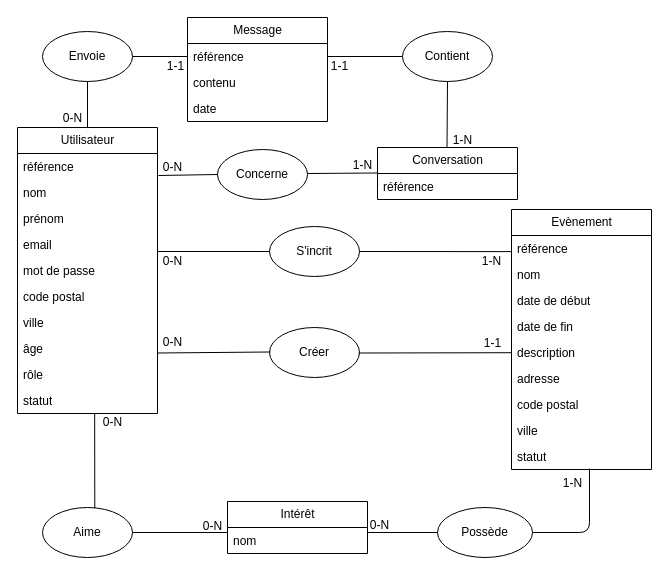
Above: conception/database_modelling/MCD/mcd.drawio in LunaireFlare/orizon (draw.io), before the change. Source tidied: cells renumbered, new cells numbered last; positions are measured from the earlier drawing's top-left corner, leaving out a move shared by most shapes. Both pictures are drawn from the tidied source at 100%, with x=0, y=0 at pixel (17, 17).
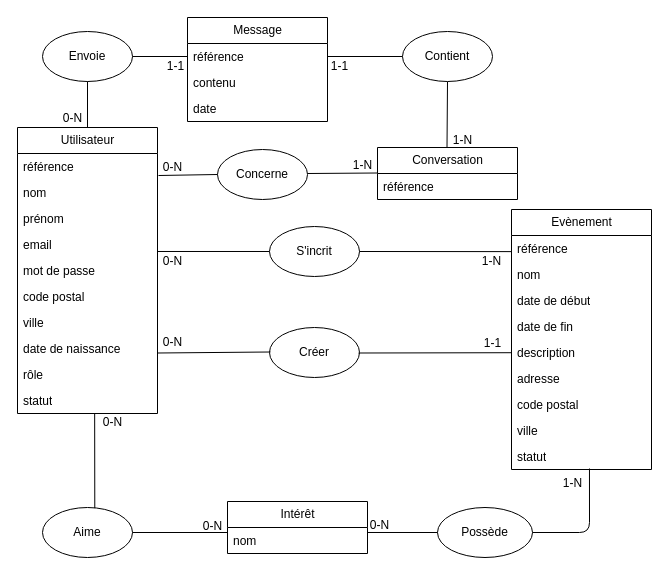
The same page after the edit.

Unchanged cells that the change refers to:
```xml
<mxCell id="2" value="Utilisateur" style="swimlane;fontStyle=0;horizontal=1;startSize=26;fillColor=none;html=1;" parent="1" vertex="1">
  <mxGeometry y="110" width="140" height="286" as="geometry" />
</mxCell>
```

Change to the diagram source:
```diff
@@
-    <mxCell id="10" value="âge" style="text;strokeColor=none;fillColor=none;align=left;verticalAlign=top;spacingLeft=4;spacingRight=4;overflow=hidden;whiteSpace=wrap;html=1;" parent="2" vertex="1">
+    <mxCell id="10" value="date de naissance" style="text;strokeColor=none;fillColor=none;align=left;verticalAlign=top;spacingLeft=4;spacingRight=4;overflow=hidden;whiteSpace=wrap;html=1;" parent="2" vertex="1">
       <mxGeometry y="208" width="140" height="26" as="geometry" />
     </mxCell>
```
